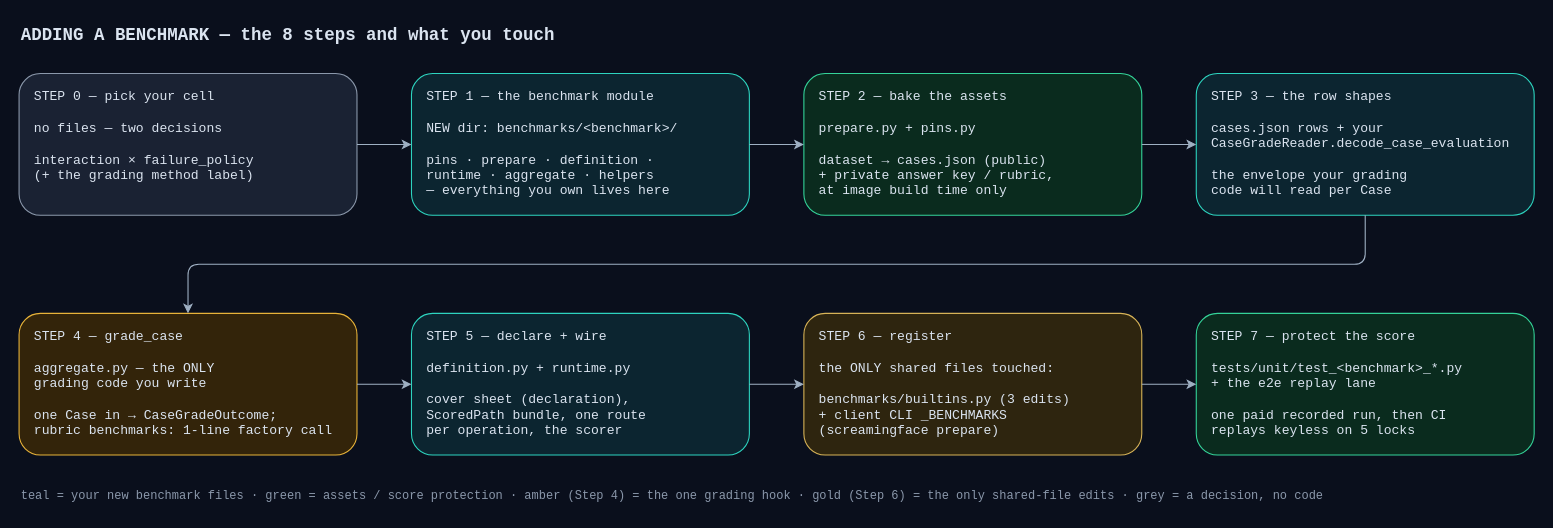
This is apps/screamingface-engine/docs/diagrams/benchmark-onboarding-steps.drawio from ScreamingFace/screamingface, a draw.io file, before an edit. Source tidied: cells renumbered, new cells numbered last; positions are measured from the earlier drawing's top-left corner, leaving out a move shared by most shapes. Both pictures are drawn from the tidied source at 109%, with x=0, y=0 at pixel (19, 19).
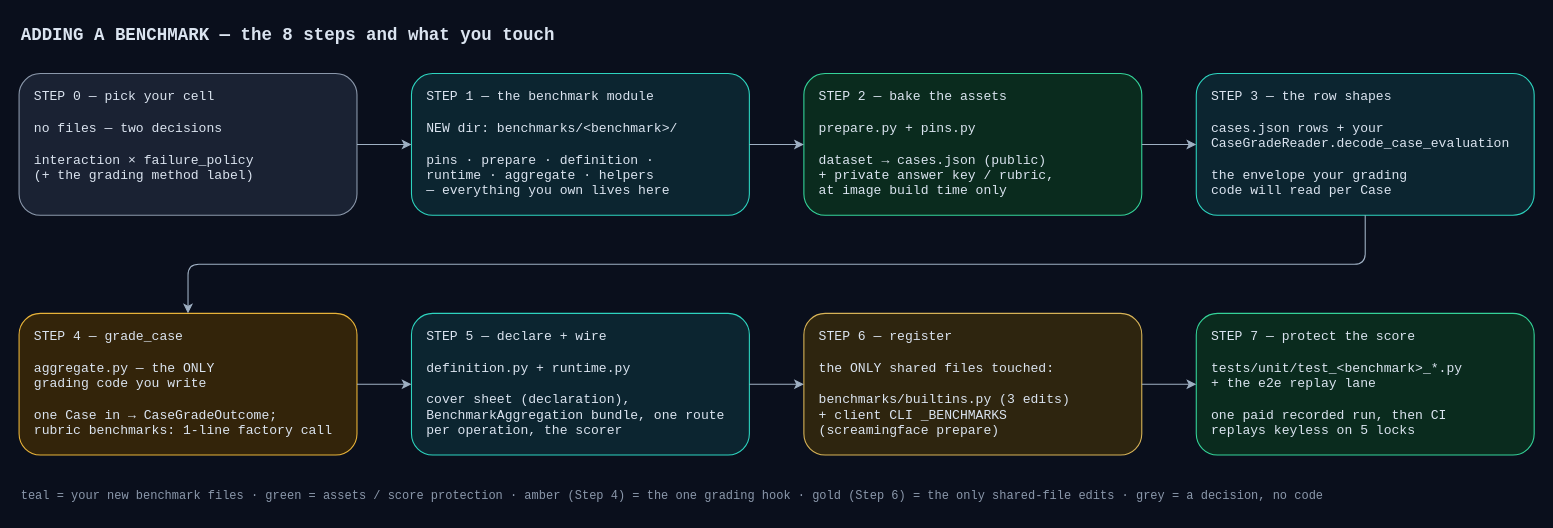
The same diagram, later.

Diff of the diagram source:
```diff
@@
-    <mxCell id="8" value="STEP 5 — declare + wire&#10;&#10;definition.py + runtime.py&#10;&#10;cover sheet (declaration),&#10;ScoredPath bundle, one route&#10;per operation, the scorer" style="rounded=1;whiteSpace=wrap;html=1;fillColor=#0c2530;strokeColor=#2dd4bf;fontColor=#dbe4f0;fontFamily=Courier New;fontSize=12;align=left;spacingLeft=12;verticalAlign=top;spacingTop=8;" parent="1" vertex="1">
+    <mxCell id="8" value="STEP 5 — declare + wire&#10;&#10;definition.py + runtime.py&#10;&#10;cover sheet (declaration),&#10;BenchmarkAggregation bundle, one route&#10;per operation, the scorer" style="rounded=1;whiteSpace=wrap;html=1;fillColor=#0c2530;strokeColor=#2dd4bf;fontColor=#dbe4f0;fontFamily=Courier New;fontSize=12;align=left;spacingLeft=12;verticalAlign=top;spacingTop=8;" parent="1" vertex="1">
       <mxGeometry x="360" y="270" width="310" height="130" as="geometry" />
     </mxCell>
```
